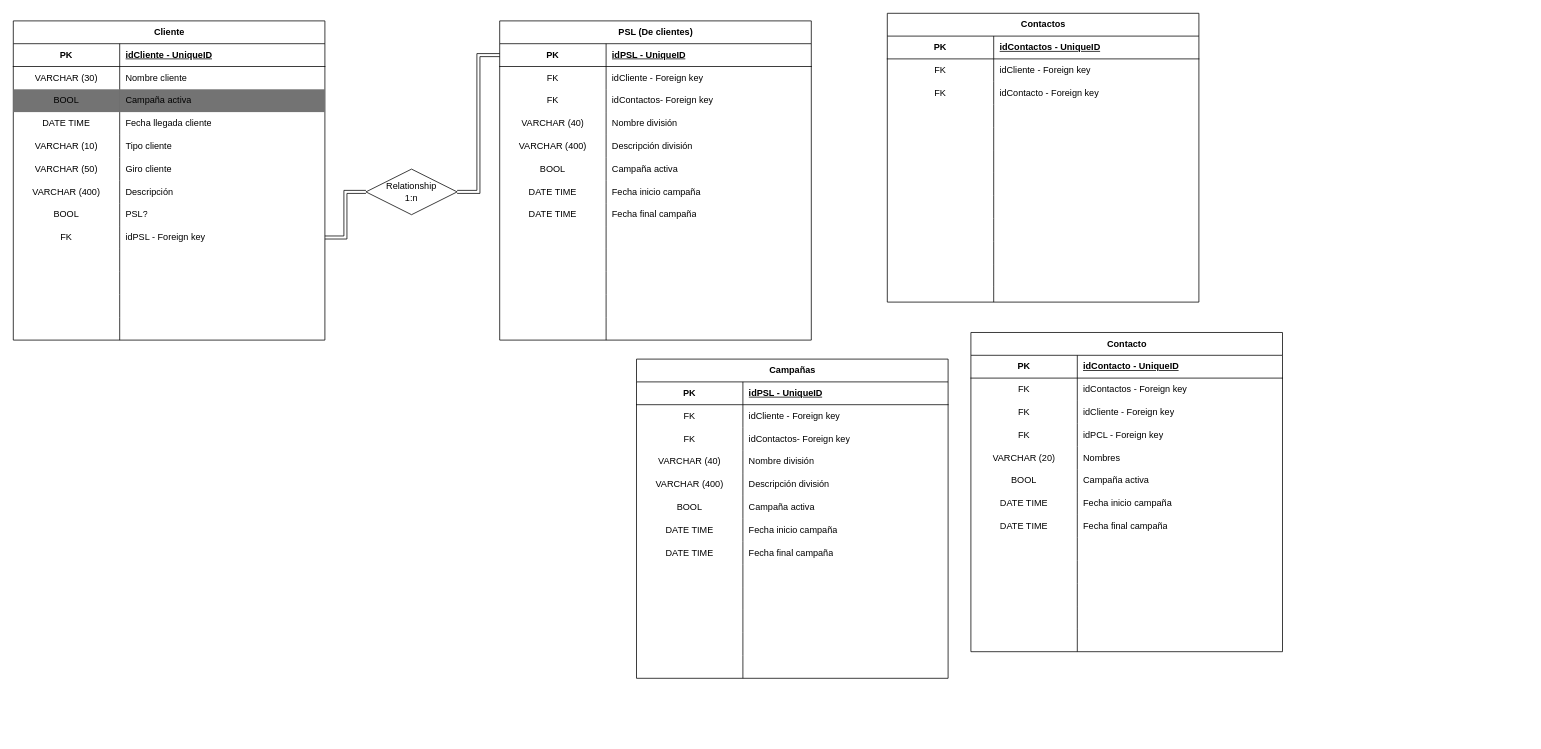
OscFPC/Aux_B keeps this draw.io diagram as BD.drawio. Above is the earlier version. Source tidied: cells renumbered, new cells numbered last; positions are measured from the earlier drawing's top-left corner, leaving out a move shared by most shapes. Both pictures are drawn from the tidied source at 76%, with x=0, y=0 at pixel (13, 13).
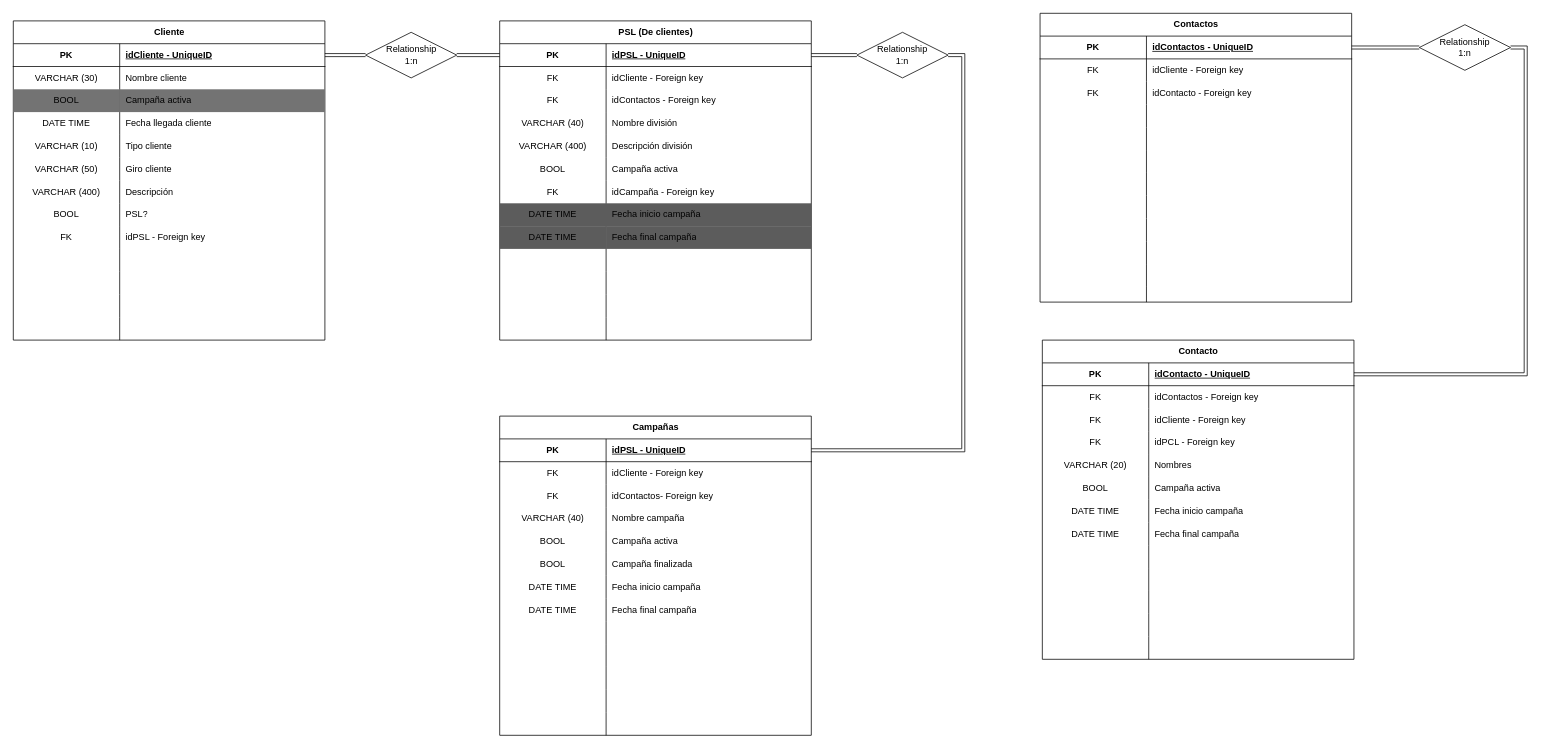
The same diagram, later.

Unchanged cells that the change refers to:
```xml
<mxCell id="3" style="shape=tableRow;horizontal=0;startSize=0;swimlaneHead=0;swimlaneBody=0;fillColor=none;points=[[0,0.5],[1,0.5]];portConstraint=eastwest;top=0;left=0;right=0;bottom=1;" parent="2" vertex="1">
  <mxGeometry y="30" width="410" height="30" as="geometry" />
</mxCell>
<mxCell id="27" style="shape=tableRow;horizontal=0;startSize=0;swimlaneHead=0;swimlaneBody=0;fillColor=none;points=[[0,0.5],[1,0.5]];portConstraint=eastwest;top=0;left=0;right=0;bottom=0;" parent="2" vertex="1">
  <mxGeometry y="270" width="410" height="30" as="geometry" />
</mxCell>
<mxCell id="42" value="PSL (De clientes)" style="shape=table;startSize=30;childLayout=tableLayout;rowLines=0;fontStyle=1;align=center;html=1;" parent="1" vertex="1">
  <mxGeometry x="640" y="10" width="410" height="420" as="geometry" />
</mxCell>
<mxCell id="43" style="shape=tableRow;horizontal=0;startSize=0;swimlaneHead=0;swimlaneBody=0;fillColor=none;points=[[0,0.5],[1,0.5]];portConstraint=eastwest;top=0;left=0;right=0;bottom=1;" parent="42" vertex="1">
  <mxGeometry y="30" width="410" height="30" as="geometry" />
</mxCell>
<mxCell id="49" style="shape=tableRow;horizontal=0;startSize=0;swimlaneHead=0;swimlaneBody=0;fillColor=none;top=0;left=0;right=0;bottom=0;" parent="42" vertex="1">
  <mxGeometry y="90" width="410" height="30" as="geometry" />
</mxCell>
<mxCell id="83" style="shape=tableRow;horizontal=0;startSize=0;swimlaneHead=0;swimlaneBody=0;fillColor=none;points=[[0,0.5],[1,0.5]];portConstraint=eastwest;top=0;left=0;right=0;bottom=1;" parent="82" vertex="1">
  <mxGeometry y="30" width="410" height="30" as="geometry" />
</mxCell>
<mxCell id="120" style="shape=tableRow;horizontal=0;startSize=0;swimlaneHead=0;swimlaneBody=0;fillColor=none;points=[[0,0.5],[1,0.5]];portConstraint=eastwest;top=0;left=0;right=0;bottom=1;" parent="119" vertex="1">
  <mxGeometry y="30" width="410" height="30" as="geometry" />
</mxCell>
<mxCell id="160" style="shape=tableRow;horizontal=0;startSize=0;swimlaneHead=0;swimlaneBody=0;fillColor=none;points=[[0,0.5],[1,0.5]];portConstraint=eastwest;top=0;left=0;right=0;bottom=1;" parent="159" vertex="1">
  <mxGeometry y="30" width="410" height="30" as="geometry" />
</mxCell>
<mxCell id="169" style="shape=tableRow;horizontal=0;startSize=0;swimlaneHead=0;swimlaneBody=0;fillColor=none;top=0;left=0;right=0;bottom=0;" parent="159" vertex="1">
  <mxGeometry y="120" width="410" height="30" as="geometry" />
</mxCell>
```

Change to the diagram source:
```diff
@@
-    <mxCell id="51" value="idContactos- Foreign key" style="shape=partialRectangle;fillColor=none;top=0;left=0;bottom=0;right=0;align=left;spacingLeft=6;overflow=hidden;whiteSpace=wrap;html=1;" parent="49" vertex="1">
+    <mxCell id="51" value="idContactos - Foreign key" style="shape=partialRectangle;fillColor=none;top=0;left=0;bottom=0;right=0;align=left;spacingLeft=6;overflow=hidden;whiteSpace=wrap;html=1;" parent="49" vertex="1">
       <mxGeometry x="140" width="270" height="30" as="geometry" />
     </mxCell>
@@
+    <mxCell id="67" style="shape=tableRow;horizontal=0;startSize=0;swimlaneHead=0;swimlaneBody=0;fillColor=none;top=0;left=0;right=0;bottom=0;" parent="42" vertex="1">
+      <mxGeometry y="210" width="410" height="30" as="geometry" />
+    </mxCell>
+    <mxCell id="68" value="FK" style="shape=partialRectangle;fillColor=none;top=0;left=0;bottom=0;right=0;overflow=hidden;whiteSpace=wrap;html=1;" parent="67" vertex="1">
+      <mxGeometry width="140" height="30" as="geometry" />
+    </mxCell>
+    <mxCell id="69" value="idCampaña&amp;nbsp;- Foreign key" style="shape=partialRectangle;fillColor=none;top=0;left=0;bottom=0;right=0;align=left;spacingLeft=6;overflow=hidden;whiteSpace=wrap;html=1;" parent="67" vertex="1">
+      <mxGeometry x="140" width="270" height="30" as="geometry" />
+    </mxCell>
-    <mxCell id="61" style="shape=tableRow;horizontal=0;startSize=0;swimlaneHead=0;swimlaneBody=0;fillColor=none;top=0;left=0;right=0;bottom=0;" parent="42" vertex="1">
-      <mxGeometry y="210" width="410" height="30" as="geometry" />
+    <mxCell id="61" style="shape=tableRow;horizontal=0;startSize=0;swimlaneHead=0;swimlaneBody=0;fillColor=#5C5C5C;top=0;left=0;right=0;bottom=0;" parent="42" vertex="1">
+      <mxGeometry y="240" width="410" height="30" as="geometry" />
     </mxCell>
@@
     <mxCell id="64" style="shape=tableRow;horizontal=0;startSize=0;swimlaneHead=0;swimlaneBody=0;fillColor=none;top=0;left=0;right=0;bottom=0;" parent="42" vertex="1">
-      <mxGeometry y="240" width="410" height="30" as="geometry" />
+      <mxGeometry y="270" width="410" height="30" as="geometry" />
     </mxCell>
-    <mxCell id="65" value="DATE TIME" style="shape=partialRectangle;fillColor=none;top=0;left=0;bottom=0;right=0;overflow=hidden;whiteSpace=wrap;html=1;" parent="64" vertex="1">
+    <mxCell id="65" value="DATE TIME" style="shape=partialRectangle;fillColor=#5C5C5C;top=0;left=0;bottom=0;right=0;overflow=hidden;whiteSpace=wrap;html=1;" parent="64" vertex="1">
       <mxGeometry width="140" height="30" as="geometry" />
     </mxCell>
-    <mxCell id="66" value="Fecha final campaña" style="shape=partialRectangle;fillColor=none;top=0;left=0;bottom=0;right=0;align=left;spacingLeft=6;overflow=hidden;whiteSpace=wrap;html=1;" parent="64" vertex="1">
+    <mxCell id="66" value="Fecha final campaña" style="shape=partialRectangle;fillColor=#5C5C5C;top=0;left=0;bottom=0;right=0;align=left;spacingLeft=6;overflow=hidden;whiteSpace=wrap;html=1;" parent="64" vertex="1">
       <mxGeometry x="140" width="270" height="30" as="geometry" />
     </mxCell>
-    <mxCell id="67" style="shape=tableRow;horizontal=0;startSize=0;swimlaneHead=0;swimlaneBody=0;fillColor=none;top=0;left=0;right=0;bottom=0;" parent="42" vertex="1">
-      <mxGeometry y="270" width="410" height="30" as="geometry" />
-    </mxCell>
-    <mxCell id="68" style="shape=partialRectangle;fillColor=none;top=0;left=0;bottom=0;right=0;overflow=hidden;whiteSpace=wrap;html=1;" parent="67" vertex="1">
-      <mxGeometry width="140" height="30" as="geometry" />
-    </mxCell>
-    <mxCell id="69" style="shape=partialRectangle;fillColor=none;top=0;left=0;bottom=0;right=0;align=left;spacingLeft=6;overflow=hidden;whiteSpace=wrap;html=1;" parent="67" vertex="1">
-      <mxGeometry x="140" width="270" height="30" as="geometry" />
-    </mxCell>
@@
     <mxCell id="82" value="Contactos" style="shape=table;startSize=30;childLayout=tableLayout;rowLines=0;fontStyle=1;align=center;html=1;" parent="1" vertex="1">
-      <mxGeometry x="1150" width="410" height="380" as="geometry" />
+      <mxGeometry x="1351" width="410" height="380" as="geometry" />
     </mxCell>
@@
     <mxCell id="119" value="Contacto" style="shape=table;startSize=30;childLayout=tableLayout;rowLines=0;fontStyle=1;align=center;html=1;" parent="1" vertex="1">
-      <mxGeometry x="1260" y="420" width="410" height="420" as="geometry" />
+      <mxGeometry x="1354" y="430" width="410" height="420" as="geometry" />
     </mxCell>
@@
     <mxCell id="159" value="Campañas" style="shape=table;startSize=30;childLayout=tableLayout;rowLines=0;fontStyle=1;align=center;html=1;" parent="1" vertex="1">
-      <mxGeometry x="820" y="455" width="410" height="420" as="geometry" />
+      <mxGeometry x="640" y="530" width="410" height="420" as="geometry" />
     </mxCell>
@@
-    <mxCell id="171" value="Nombre división" style="shape=partialRectangle;fillColor=none;top=0;left=0;bottom=0;right=0;align=left;spacingLeft=6;overflow=hidden;whiteSpace=wrap;html=1;" parent="169" vertex="1">
+    <mxCell id="171" value="Nombre campaña" style="shape=partialRectangle;fillColor=none;top=0;left=0;bottom=0;right=0;align=left;spacingLeft=6;overflow=hidden;whiteSpace=wrap;html=1;" parent="169" vertex="1">
       <mxGeometry x="140" width="270" height="30" as="geometry" />
     </mxCell>
+    <mxCell id="175" style="shape=tableRow;horizontal=0;startSize=0;swimlaneHead=0;swimlaneBody=0;fillColor=none;top=0;left=0;right=0;bottom=0;" parent="159" vertex="1">
+      <mxGeometry y="150" width="410" height="30" as="geometry" />
+    </mxCell>
+    <mxCell id="176" value="BOOL" style="shape=partialRectangle;fillColor=none;top=0;left=0;bottom=0;right=0;overflow=hidden;whiteSpace=wrap;html=1;" parent="175" vertex="1">
+      <mxGeometry width="140" height="30" as="geometry" />
+    </mxCell>
+    <mxCell id="177" value="Campaña activa" style="shape=partialRectangle;fillColor=none;top=0;left=0;bottom=0;right=0;align=left;spacingLeft=6;overflow=hidden;whiteSpace=wrap;html=1;" parent="175" vertex="1">
+      <mxGeometry x="140" width="270" height="30" as="geometry" />
+    </mxCell>
     <mxCell id="172" style="shape=tableRow;horizontal=0;startSize=0;swimlaneHead=0;swimlaneBody=0;fillColor=none;top=0;left=0;right=0;bottom=0;" parent="159" vertex="1">
-      <mxGeometry y="150" width="410" height="30" as="geometry" />
+      <mxGeometry y="180" width="410" height="30" as="geometry" />
     </mxCell>
-    <mxCell id="173" value="VARCHAR (400&lt;span style=&quot;background-color: initial;&quot;&gt;)&lt;/span&gt;" style="shape=partialRectangle;fillColor=none;top=0;left=0;bottom=0;right=0;overflow=hidden;whiteSpace=wrap;html=1;" parent="172" vertex="1">
+    <mxCell id="173" value="BOOL" style="shape=partialRectangle;fillColor=none;top=0;left=0;bottom=0;right=0;overflow=hidden;whiteSpace=wrap;html=1;" parent="172" vertex="1">
       <mxGeometry width="140" height="30" as="geometry" />
     </mxCell>
-    <mxCell id="174" value="Descripción división" style="shape=partialRectangle;fillColor=none;top=0;left=0;bottom=0;right=0;align=left;spacingLeft=6;overflow=hidden;whiteSpace=wrap;html=1;" parent="172" vertex="1">
+    <mxCell id="174" value="Campaña finalizada" style="shape=partialRectangle;fillColor=none;top=0;left=0;bottom=0;right=0;align=left;spacingLeft=6;overflow=hidden;whiteSpace=wrap;html=1;" parent="172" vertex="1">
       <mxGeometry x="140" width="270" height="30" as="geometry" />
     </mxCell>
-    <mxCell id="175" style="shape=tableRow;horizontal=0;startSize=0;swimlaneHead=0;swimlaneBody=0;fillColor=none;top=0;left=0;right=0;bottom=0;" parent="159" vertex="1">
-      <mxGeometry y="180" width="410" height="30" as="geometry" />
-    </mxCell>
-    <mxCell id="176" value="BOOL" style="shape=partialRectangle;fillColor=none;top=0;left=0;bottom=0;right=0;overflow=hidden;whiteSpace=wrap;html=1;" parent="175" vertex="1">
-      <mxGeometry width="140" height="30" as="geometry" />
-    </mxCell>
-    <mxCell id="177" value="Campaña activa" style="shape=partialRectangle;fillColor=none;top=0;left=0;bottom=0;right=0;align=left;spacingLeft=6;overflow=hidden;whiteSpace=wrap;html=1;" parent="175" vertex="1">
-      <mxGeometry x="140" width="270" height="30" as="geometry" />
-    </mxCell>
@@
     <mxCell id="200" value="Relationship&lt;div&gt;1:n&lt;/div&gt;" style="shape=rhombus;perimeter=rhombusPerimeter;whiteSpace=wrap;html=1;align=center;" parent="1" vertex="1">
-      <mxGeometry x="464" y="205" width="120" height="60" as="geometry" />
+      <mxGeometry x="463.5" y="25" width="120" height="60" as="geometry" />
     </mxCell>
-    <mxCell id="201" style="edgeStyle=orthogonalEdgeStyle;rounded=0;jettySize=auto;html=1;entryX=0;entryY=0.5;entryDx=0;entryDy=0;shape=link;" parent="1" edge="1" source="27" target="200">
+    <mxCell id="201" style="edgeStyle=orthogonalEdgeStyle;rounded=0;jettySize=auto;html=1;entryX=0;entryY=0.5;entryDx=0;entryDy=0;shape=link;exitX=1;exitY=0.5;exitDx=0;exitDy=0;" parent="1" edge="1" source="3" target="200">
       <mxGeometry relative="1" as="geometry" />
     </mxCell>
+    <mxCell id="202" style="edgeStyle=orthogonalEdgeStyle;rounded=0;jettySize=auto;html=1;exitX=1;exitY=0.5;exitDx=0;exitDy=0;entryX=1;entryY=0.5;entryDx=0;entryDy=0;shape=link;" parent="1" edge="1" source="203" target="160">
+      <mxGeometry relative="1" as="geometry" />
+    </mxCell>
+    <mxCell id="203" value="Relationship&lt;div&gt;1:n&lt;/div&gt;" style="shape=rhombus;perimeter=rhombusPerimeter;whiteSpace=wrap;html=1;align=center;" parent="1" vertex="1">
+      <mxGeometry x="1110" y="25" width="120" height="60" as="geometry" />
+    </mxCell>
+    <mxCell id="204" style="edgeStyle=orthogonalEdgeStyle;rounded=0;jettySize=auto;html=1;exitX=1;exitY=0.5;exitDx=0;exitDy=0;entryX=0;entryY=0.5;entryDx=0;entryDy=0;shape=link;" parent="1" edge="1" source="43" target="203">
+      <mxGeometry relative="1" as="geometry" />
+    </mxCell>
+    <mxCell id="205" style="edgeStyle=orthogonalEdgeStyle;rounded=0;jettySize=auto;html=1;exitX=0;exitY=0.5;exitDx=0;exitDy=0;entryX=1;entryY=0.5;entryDx=0;entryDy=0;shape=link;" parent="1" edge="1" source="207" target="83">
+      <mxGeometry relative="1" as="geometry" />
+    </mxCell>
+    <mxCell id="206" style="edgeStyle=orthogonalEdgeStyle;rounded=0;jettySize=auto;html=1;exitX=1;exitY=0.5;exitDx=0;exitDy=0;entryX=1;entryY=0.5;entryDx=0;entryDy=0;shape=link;" parent="1" edge="1" source="207" target="120">
+      <mxGeometry relative="1" as="geometry" />
+    </mxCell>
+    <mxCell id="207" value="Relationship&lt;div&gt;1:n&lt;/div&gt;" style="shape=rhombus;perimeter=rhombusPerimeter;whiteSpace=wrap;html=1;align=center;" parent="1" vertex="1">
+      <mxGeometry x="1850" y="15" width="120" height="60" as="geometry" />
+    </mxCell>
```
